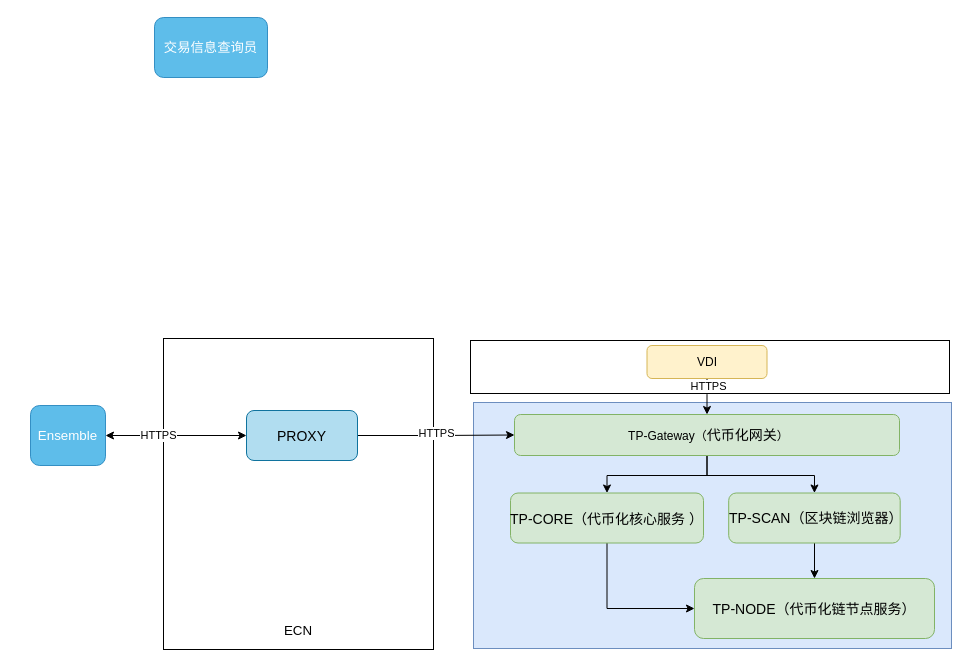
Before: context.drawio in mingzhenliu/doc, a draw.io diagram. Source tidied: cells renumbered, new cells numbered last; positions are measured from the earlier drawing's top-left corner, leaving out a move shared by most shapes. Both pictures are drawn from the tidied source at 100%, with x=0, y=0 at pixel (30, 17).
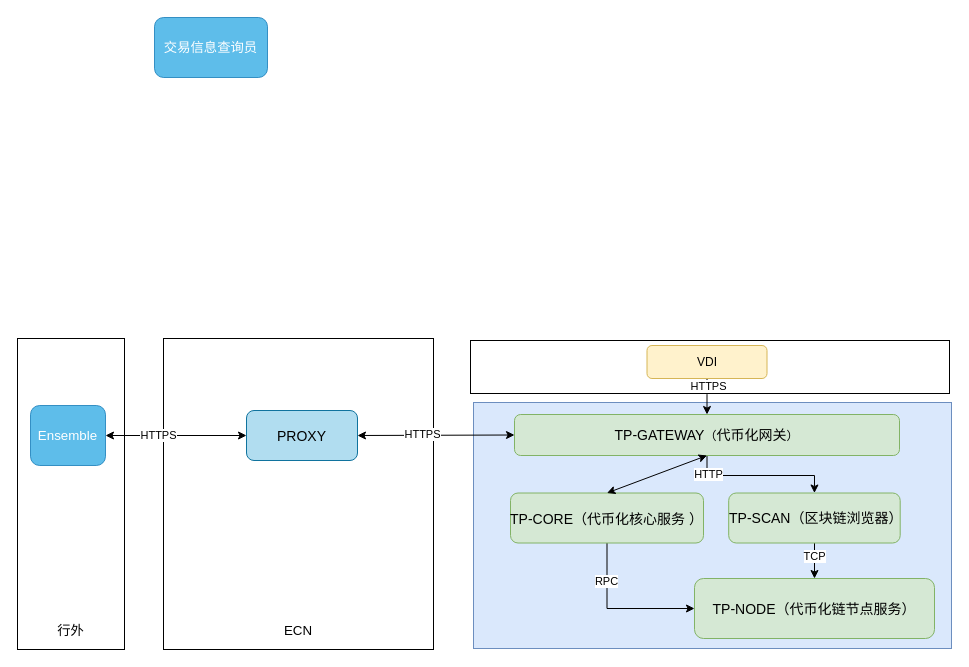
The same page after the edit.

The change refers to these unchanged cells:
```xml
<mxCell id="5" style="edgeStyle=orthogonalEdgeStyle;rounded=0;jettySize=auto;html=1;entryX=0;entryY=0.5;entryDx=0;entryDy=0;" parent="1" edge="1" source="6" target="4">
  <mxGeometry relative="1" as="geometry" />
</mxCell>
<mxCell id="6" value="TP-CORE（代币化核心服务 ）" style="rounded=1;fillColor=#d5e8d4;strokeColor=#82b366;fontSize=14;" parent="1" vertex="1">
  <mxGeometry x="480" y="475.5" width="193" height="50" as="geometry" />
</mxCell>
<mxCell id="7" style="edgeStyle=orthogonalEdgeStyle;rounded=0;jettySize=auto;html=1;" parent="1" edge="1" source="8" target="4">
  <mxGeometry relative="1" as="geometry" />
</mxCell>
<mxCell id="13" value="PROXY" style="rounded=1;fillColor=#b1ddf0;strokeColor=#10739e;fontSize=14;" parent="1" vertex="1">
  <mxGeometry x="216" y="393" width="111" height="50" as="geometry" />
</mxCell>
<mxCell id="21" style="edgeStyle=orthogonalEdgeStyle;rounded=0;jettySize=auto;html=1;entryX=0.5;entryY=0;entryDx=0;entryDy=0;" parent="1" edge="1" source="22" target="8">
  <mxGeometry relative="1" as="geometry" />
</mxCell>
```

The edit, as a diff of the source:
```diff
@@
+    <mxCell id="23" value="&lt;div&gt;&lt;br&gt;&lt;/div&gt;&lt;div&gt;&lt;br&gt;&lt;/div&gt;&lt;div&gt;&lt;br&gt;&lt;/div&gt;&lt;div&gt;&lt;br&gt;&lt;/div&gt;&lt;div&gt;&lt;br&gt;&lt;/div&gt;&lt;div&gt;&lt;br&gt;&lt;/div&gt;&lt;div&gt;&lt;br&gt;&lt;/div&gt;&lt;div&gt;&lt;br&gt;&lt;/div&gt;&lt;div&gt;&lt;br&gt;&lt;/div&gt;&lt;div&gt;&lt;br&gt;&lt;/div&gt;&lt;div&gt;&lt;br&gt;&lt;/div&gt;&lt;div&gt;&lt;br&gt;&lt;/div&gt;&lt;div&gt;&lt;br&gt;&lt;/div&gt;&lt;div&gt;&lt;br&gt;&lt;/div&gt;&lt;div&gt;&lt;br&gt;&lt;/div&gt;&lt;div&gt;&lt;br&gt;&lt;/div&gt;&lt;div&gt;&lt;br&gt;&lt;/div&gt;&lt;div&gt;&lt;br&gt;&lt;/div&gt;&lt;div&gt;&lt;br&gt;&lt;/div&gt;&lt;div&gt;&lt;p style=&quot;margin-top: 0pt; margin-bottom: 0pt; direction: ltr; unicode-bidi: embed; vertical-align: baseline;&quot;&gt;&lt;font face=&quot;Arial&quot;&gt;&lt;span style=&quot;font-size: 13.3333px;&quot;&gt;行外&lt;/span&gt;&lt;/font&gt;&lt;/p&gt;&lt;/div&gt;" style="rounded=0;whiteSpace=wrap;html=1;" parent="1" vertex="1">
+      <mxGeometry x="-13" y="321" width="107" height="311" as="geometry" />
+    </mxCell>
@@
+    <mxCell id="24" value="RPC" style="edgeLabel;html=1;align=center;verticalAlign=middle;" parent="5" vertex="1">
+      <mxGeometry x="-0.5" y="-1" relative="1" as="geometry" />
+    </mxCell>
@@
+    <mxCell id="25" value="TCP" style="edgeLabel;html=1;align=center;verticalAlign=middle;" parent="7" vertex="1">
+      <mxGeometry x="-0.29" y="-1" relative="1" as="geometry" />
+    </mxCell>
@@
-    <mxCell id="11" style="edgeStyle=orthogonalEdgeStyle;rounded=0;jettySize=auto;html=1;" parent="1" edge="1" source="13" target="22">
-      <mxGeometry relative="1" as="geometry" />
-    </mxCell>
-    <mxCell id="12" value="HTTPS" style="edgeLabel;html=1;align=center;verticalAlign=middle;" parent="11" vertex="1">
-      <mxGeometry x="-0.01" y="3" relative="1" as="geometry" />
-    </mxCell>
@@
-    <mxCell id="20" style="edgeStyle=orthogonalEdgeStyle;rounded=0;jettySize=auto;html=1;entryX=0.5;entryY=0;entryDx=0;entryDy=0;" parent="1" edge="1" source="22" target="6">
-      <mxGeometry relative="1" as="geometry" />
-    </mxCell>
@@
+    <mxCell id="26" value="HTTP" style="edgeLabel;html=1;align=center;verticalAlign=middle;" parent="21" vertex="1">
+      <mxGeometry x="-0.75" y="1" relative="1" as="geometry" />
+    </mxCell>
-    <mxCell id="22" value="&lt;span style=&quot;font-size: 14px; text-wrap-mode: nowrap;&quot;&gt;&amp;nbsp;&lt;/span&gt;TP-Gateway（&lt;span style=&quot;font-size: 14px; text-wrap-mode: nowrap;&quot;&gt;代币化网关&lt;/span&gt;）" style="rounded=1;whiteSpace=wrap;html=1;fillColor=#d5e8d4;strokeColor=#82b366;" parent="1" vertex="1">
+    <mxCell id="22" value="&lt;span style=&quot;font-size: 14px; text-wrap-mode: nowrap;&quot;&gt;TP-GATEWAY&lt;/span&gt;（&lt;span style=&quot;font-size: 14px; text-wrap-mode: nowrap;&quot;&gt;代币化网关&lt;/span&gt;）" style="rounded=1;whiteSpace=wrap;html=1;fillColor=#d5e8d4;strokeColor=#82b366;" parent="1" vertex="1">
       <mxGeometry x="484" y="397" width="385" height="41" as="geometry" />
     </mxCell>
+    <mxCell id="27" style="endArrow=classic;startArrow=classic;html=1;rounded=0;entryX=0.5;entryY=1;entryDx=0;entryDy=0;exitX=0.5;exitY=0;exitDx=0;exitDy=0;" parent="1" edge="1" source="6" target="22">
+      <mxGeometry relative="1" as="geometry" />
+    </mxCell>
+    <mxCell id="11" style="endArrow=classic;startArrow=classic;html=1;rounded=0;entryX=0;entryY=0.5;entryDx=0;entryDy=0;exitX=1;exitY=0.5;exitDx=0;exitDy=0;" parent="1" edge="1" source="13" target="22">
+      <mxGeometry relative="1" as="geometry" />
+    </mxCell>
+    <mxCell id="12" value="HTTPS" style="edgeLabel;html=1;align=center;verticalAlign=middle;" parent="11" vertex="1">
+      <mxGeometry x="-0.17" y="1" relative="1" as="geometry" />
+    </mxCell>
```
